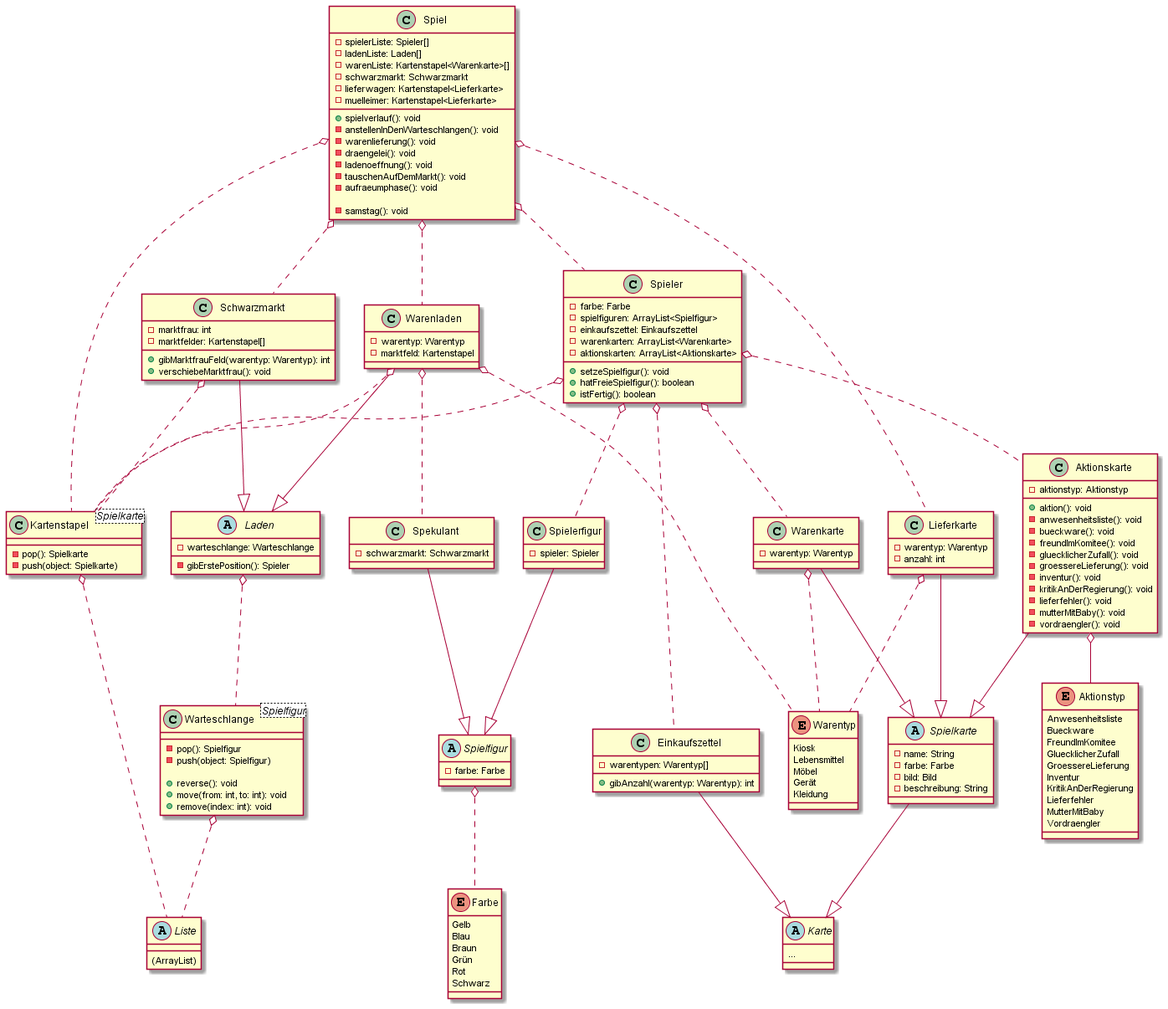
The PlantUML diagram docs/diagrams/out/classes/classes.png in Robintobin/Kolejka, before a commit.
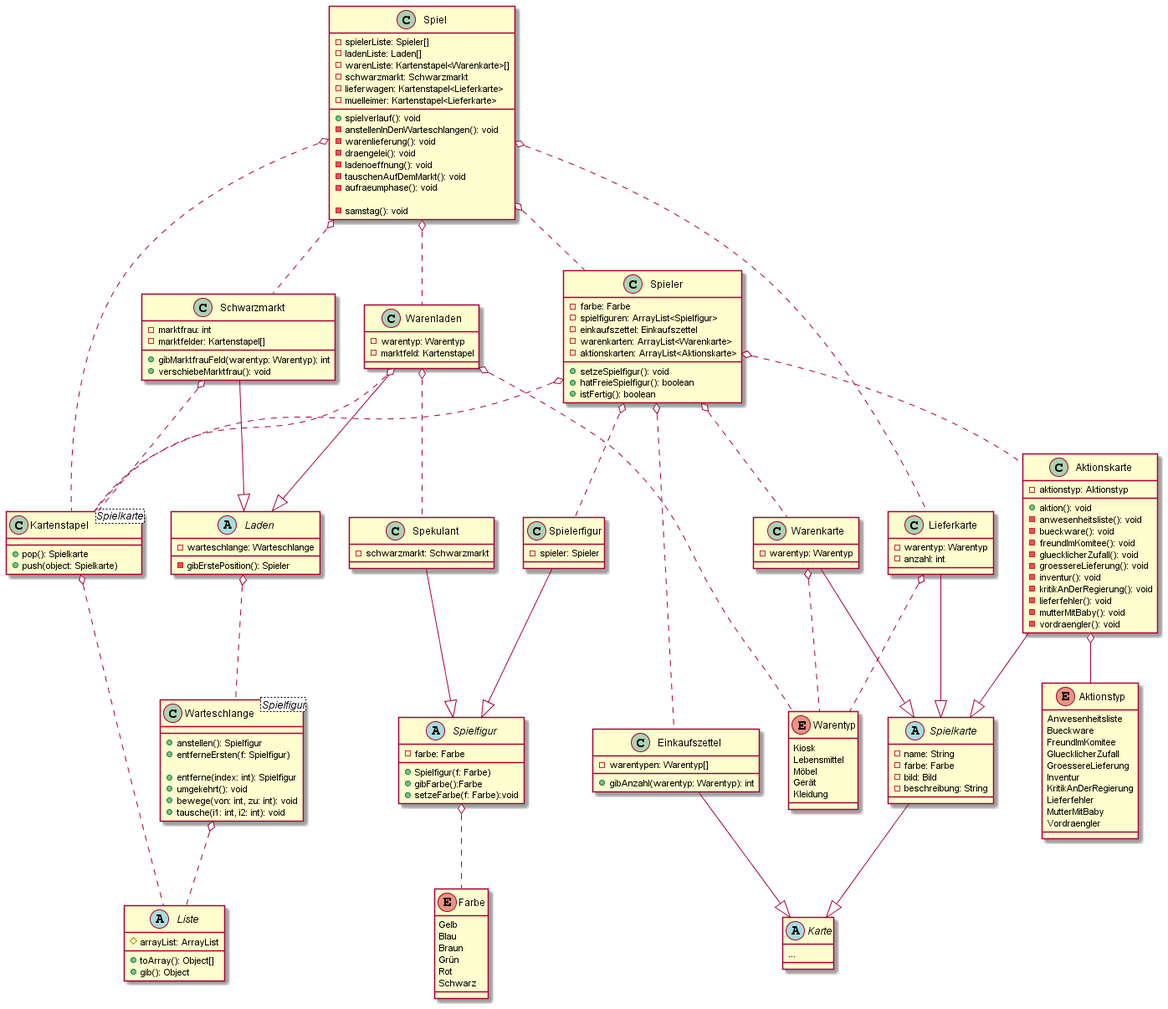
After the commit.

Commit message:
Change UML-Diagram classes Klassen Liste, Kartenstapel und Warteschlange überarbeitet

Diff of the diagram source:
```diff
@@ -38,21 +38,27 @@
 }
 abstract class Spielfigur {
     -farbe: Farbe
+    +Spielfigur(f: Farbe)
+    +gibFarbe():Farbe
+    +setzeFarbe(f: Farbe):void
 }
 abstract class Liste {
-    (ArrayList)
+    #arrayList: ArrayList
+    +toArray(): Object[]
+    +gib(): Object
 }
 class Kartenstapel<Spielkarte> {
-    -pop(): Spielkarte
-    -push(object: Spielkarte)
+    +pop(): Spielkarte
+    +push(object: Spielkarte)
 }
 class Warteschlange<Spielfigur> {
-    -pop(): Spielfigur
-    -push(object: Spielfigur)
+    +anstellen(): Spielfigur
+    +entferneErsten(f: Spielfigur)
 
-    +reverse(): void
-    +move(from: int, to: int): void
-    +remove(index: int): void
+    +entferne(index: int): Spielfigur
+    +umgekehrt(): void
+    +bewege(von: int, zu: int): void
+    +tausche(i1: int, i2: int): void
 }
 abstract class Karte {
     ...
```
